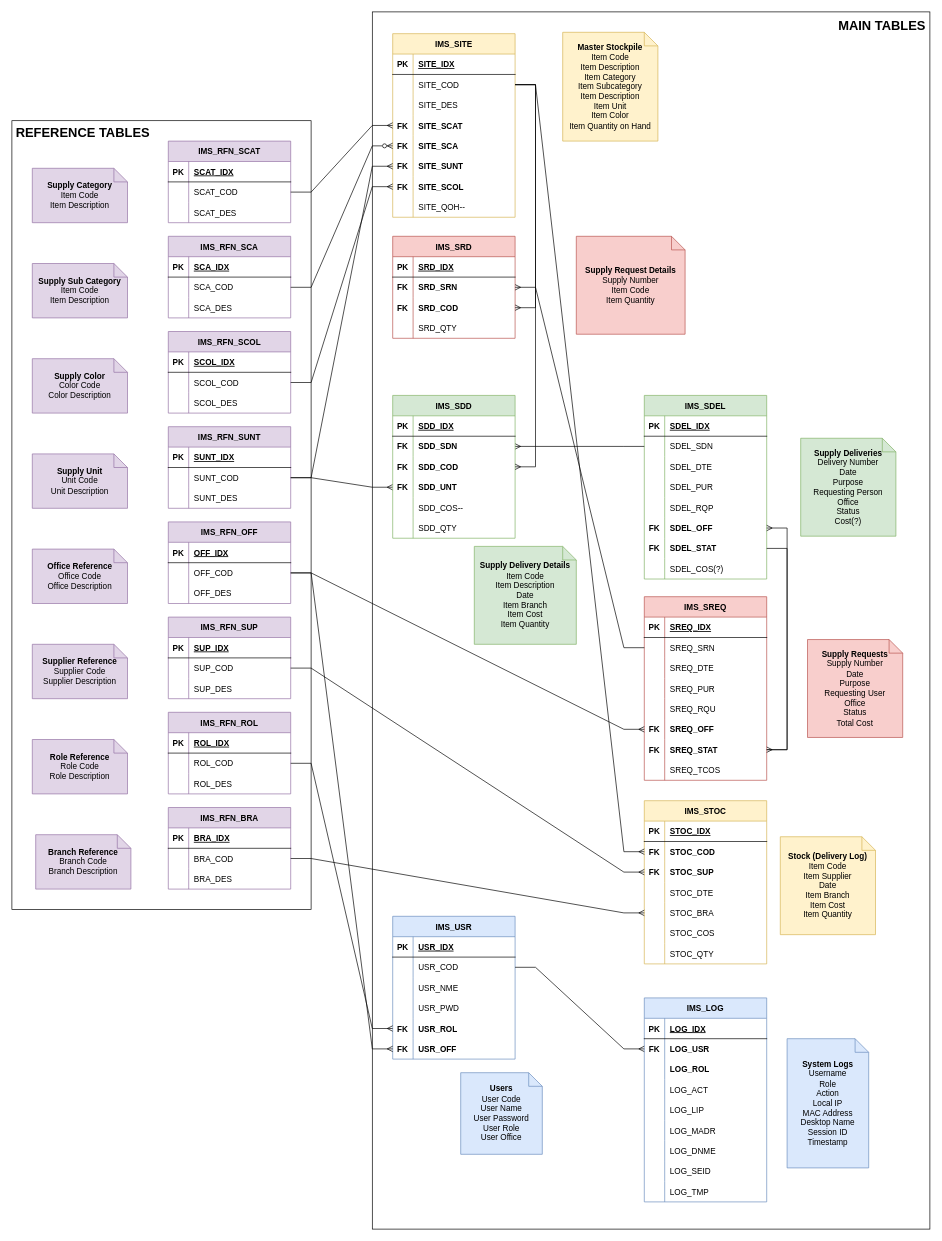
The draw.io diagram docs/IMS Relational Diagram.drawio in nullblank/IMS, before the edit. Source tidied: cells renumbered, new cells numbered last; positions are measured from the earlier drawing's top-left corner, leaving out a move shared by most shapes. Both pictures are drawn from the tidied source at 68%, with x=0, y=0 at pixel (12, 12).
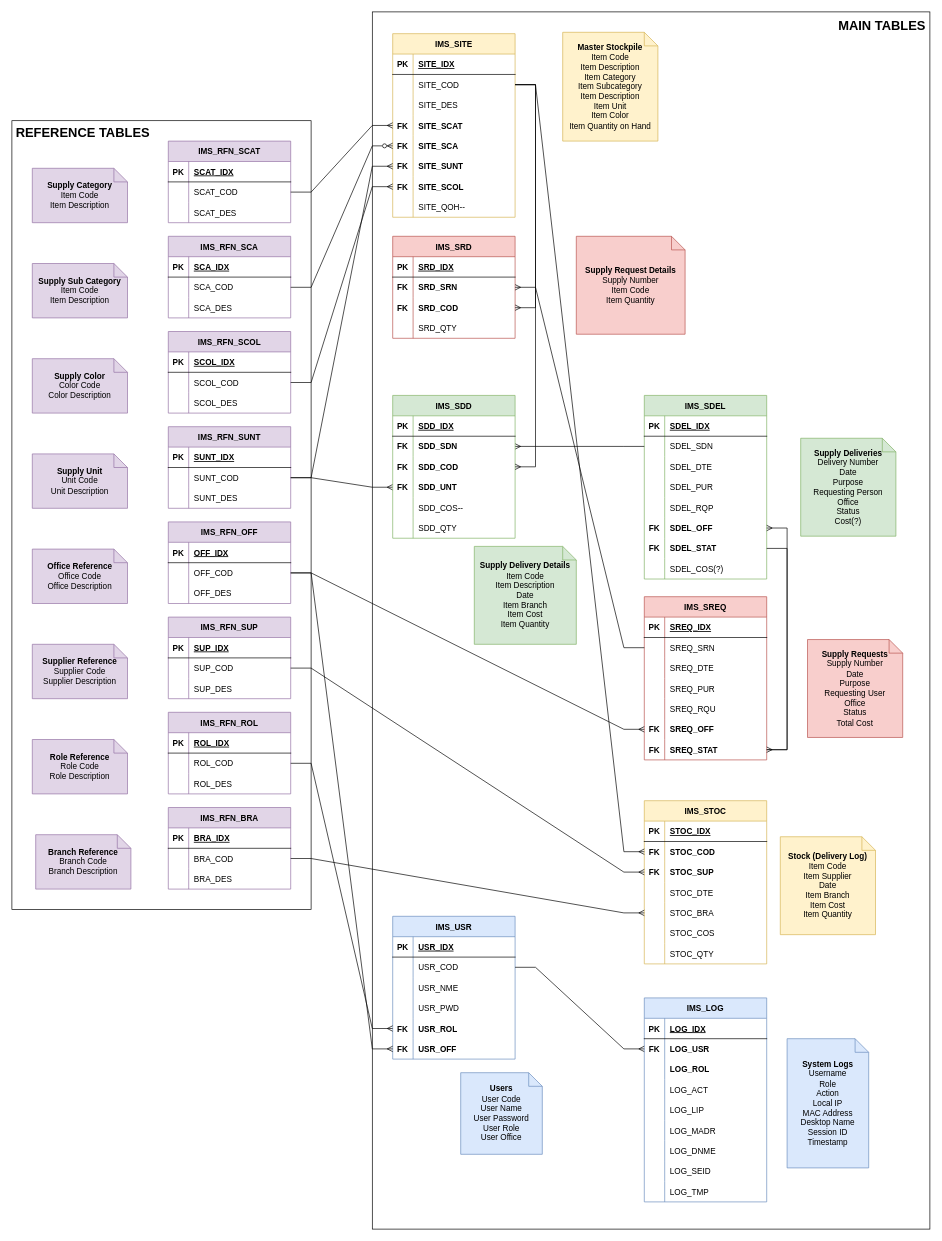
Above is the later version.

Change to the diagram source:
```diff
@@
     <mxCell id="74" value="IMS_SREQ" style="shape=table;startSize=30;childLayout=tableLayout;rowLines=0;fontStyle=1;align=center;fillColor=#f8cecc;strokeColor=#b85450;" parent="1" vertex="1">
-      <mxGeometry x="930" y="860" width="180" height="270" as="geometry" />
+      <mxGeometry x="930" y="860" width="180" height="240" as="geometry" />
     </mxCell>
@@
-    <mxCell id="96" style="shape=tableRow;horizontal=0;startSize=0;swimlaneHead=0;swimlaneBody=0;fillColor=none;top=0;left=0;right=0;bottom=0;" parent="74" vertex="1">
-      <mxGeometry y="240" width="180" height="30" as="geometry" />
-    </mxCell>
-    <mxCell id="97" style="shape=partialRectangle;fillColor=none;top=0;left=0;bottom=0;right=0;overflow=hidden;" parent="96" vertex="1">
-      <mxGeometry width="30" height="30" as="geometry" />
-    </mxCell>
-    <mxCell id="98" value="SREQ_TCOS" style="shape=partialRectangle;fillColor=none;top=0;left=0;bottom=0;right=0;align=left;spacingLeft=6;overflow=hidden;" parent="96" vertex="1">
-      <mxGeometry x="30" width="150" height="30" as="geometry" />
-    </mxCell>
```
